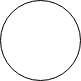
Before: diagrams/Activity Diagram.drawio.png, a diagram exported from draw.io (johannfac/aplikasipeminjamanaset). Source tidied: cells renumbered, new cells last; positions are measured from the earlier drawing's top-left corner, leaving out a move shared by most shapes.
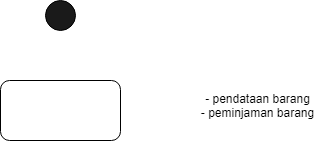
After the commit.

Change to the diagram source:
```diff
@@ -2,8 +2,14 @@
   <root>
     <mxCell id="0" />
     <mxCell id="1" parent="0" />
-    <mxCell id="2" style="ellipse;whiteSpace=wrap;html=1;" parent="1" vertex="1">
-      <mxGeometry width="80" height="80" as="geometry" />
+    <mxCell id="2" style="ellipse;whiteSpace=wrap;html=1;fillColor=#1A1A1A;" parent="1" vertex="1">
+      <mxGeometry width="30" height="30" as="geometry" />
     </mxCell>
+    <mxCell id="3" style="rounded=1;whiteSpace=wrap;html=1;fillColor=#FFFFFF;" parent="1" vertex="1">
+      <mxGeometry x="-45" y="80" width="120" height="60" as="geometry" />
+    </mxCell>
+    <mxCell id="4" value="- pendataan barang&lt;br&gt;- peminjaman barang" style="text;html=1;strokeColor=none;fillColor=none;align=center;verticalAlign=middle;whiteSpace=wrap;rounded=0;" parent="1" vertex="1">
+      <mxGeometry x="145" y="60" width="135" height="90" as="geometry" />
+    </mxCell>
   </root>
 </mxGraphModel>
```
